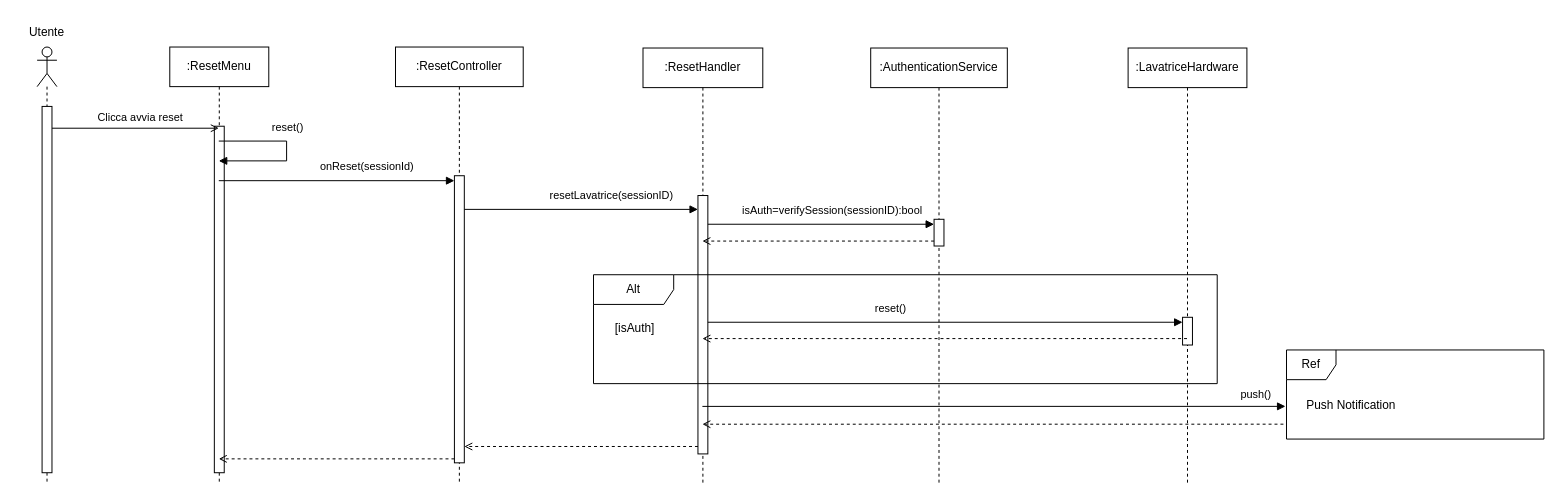
Earlier version of the draw.io diagram content/seq/seqReset.drawio (uni-aca100/ing-proj). Source tidied: cells renumbered, new cells numbered last; positions are measured from the earlier drawing's top-left corner, leaving out a move shared by most shapes. Both pictures are drawn from the tidied source at 99%, with x=0, y=0 at pixel (17, 17).
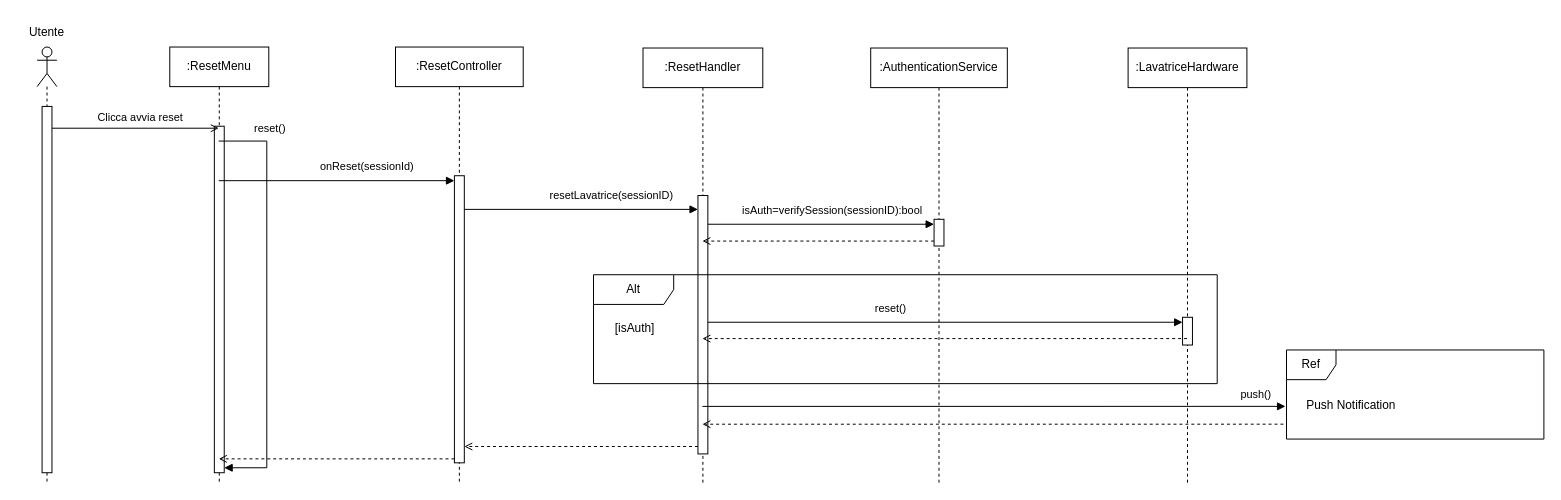
The same page after the edit.

The change refers to these unchanged cells:
```xml
<mxCell id="5" style="html=1;points=[[0,0,0,0,5],[0,1,0,0,-5],[1,0,0,0,5],[1,1,0,0,-5]];perimeter=orthogonalPerimeter;outlineConnect=0;targetShapes=umlLifeline;portConstraint=eastwest;newEdgeStyle={&quot;curved&quot;:0,&quot;rounded&quot;:0};" parent="4" vertex="1">
  <mxGeometry x="45" y="80" width="10" height="350" as="geometry" />
</mxCell>
```

The edit, as a diff of the source:
```diff
@@
-    <mxCell id="20" style="html=1;verticalAlign=bottom;labelBackgroundColor=none;endArrow=block;endFill=1;rounded=0;" parent="1" edge="1">
+    <mxCell id="20" style="html=1;verticalAlign=bottom;labelBackgroundColor=none;endArrow=block;endFill=1;rounded=0;entryX=1;entryY=1;entryDx=0;entryDy=-5;entryPerimeter=0;" parent="1" edge="1" target="5">
       <mxGeometry relative="1" as="geometry">
         <mxPoint x="203.5" y="125" as="sourcePoint" />
-        <mxPoint x="203.5" y="145" as="targetPoint" />
         <Array as="points">
-          <mxPoint x="272" y="125" />
-          <mxPoint x="272" y="145" />
+          <mxPoint x="252" y="125" />
+          <mxPoint x="252" y="455" />
         </Array>
       </mxGeometry>
     </mxCell>
     <mxCell id="21" value="reset()" style="edgeLabel;html=1;align=center;verticalAlign=middle;" parent="20" vertex="1">
       <mxGeometry x="-0.34" relative="1" as="geometry">
-        <mxPoint x="17" y="-15" as="offset" />
+        <mxPoint x="2" y="-104" as="offset" />
       </mxGeometry>
     </mxCell>
```
